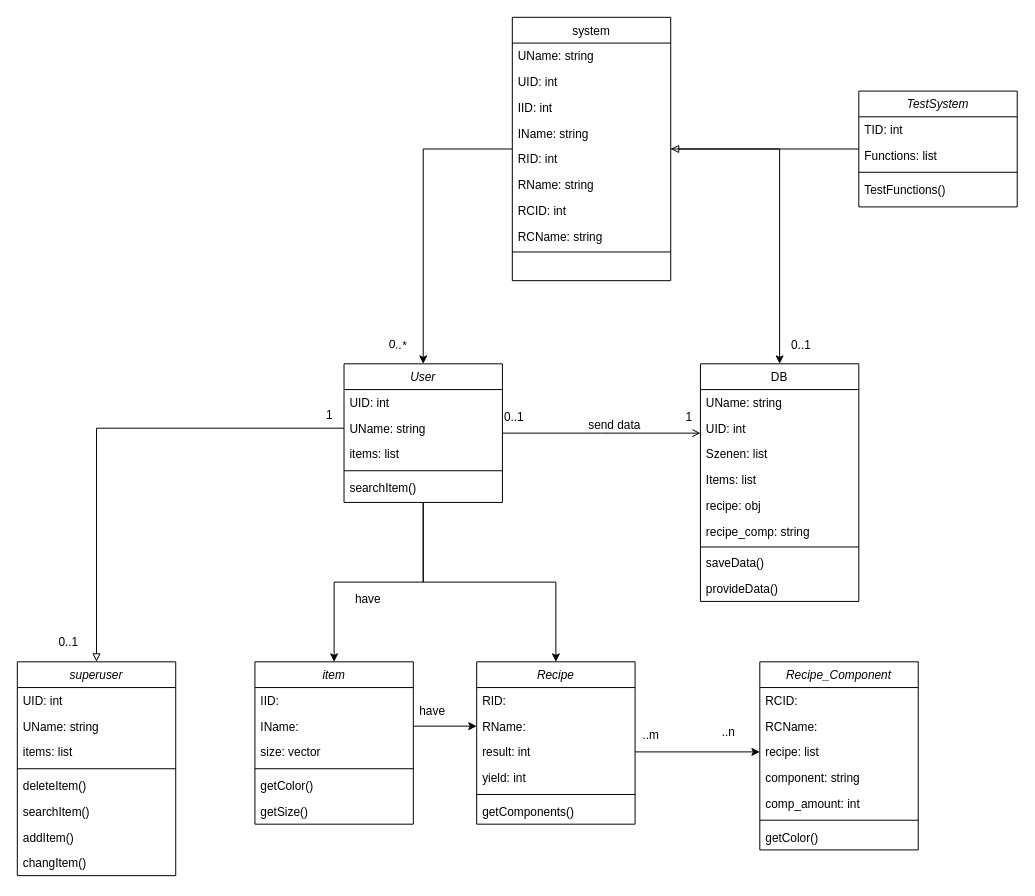
Above: klassendiabauantleitungshelfer.drawio in schattnkatz98/Team-Projekt-Michael-u-Julian (draw.io), before the change. Source tidied: cells renumbered, new cells numbered last; positions are measured from the earlier drawing's top-left corner, leaving out a move shared by most shapes. Both pictures are drawn from the tidied source at 99%, with x=0, y=0 at pixel (17, 17).
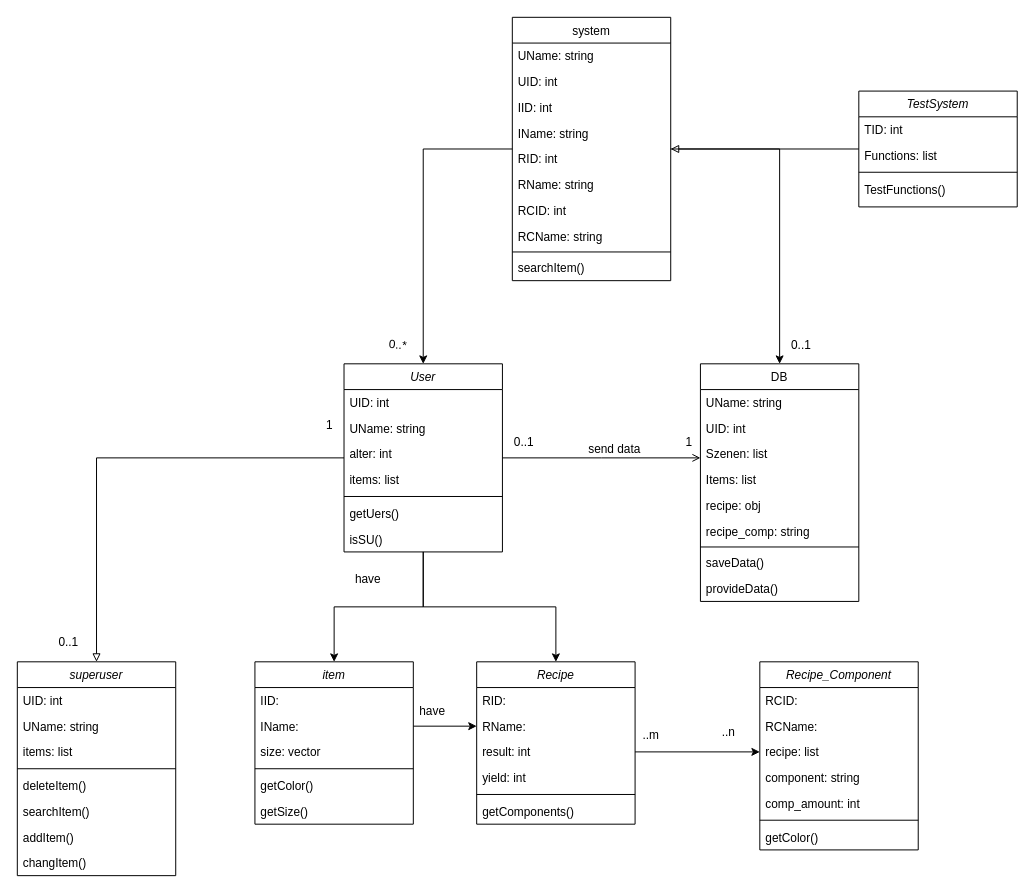
The same diagram, later.

The change refers to these unchanged cells:
```xml
<mxCell id="6" value="UName: string" style="text;align=left;verticalAlign=top;spacingLeft=4;spacingRight=4;overflow=hidden;points=[[0,0.5],[1,0.5]];portConstraint=eastwest;rounded=0;shadow=0;html=0;" parent="4" vertex="1">
  <mxGeometry y="52" width="160" height="26" as="geometry" />
</mxCell>
<mxCell id="20" style="endArrow=open;shadow=0;strokeWidth=1;rounded=0;curved=0;endFill=1;edgeStyle=elbowEdgeStyle;elbow=vertical;" parent="1" edge="1" source="4" target="10">
  <mxGeometry x="0.5" y="41" relative="1" as="geometry">
    <mxPoint x="-40" y="32" as="offset" />
  </mxGeometry>
</mxCell>
<mxCell id="49" value="system" style="swimlane;fontStyle=0;align=center;verticalAlign=top;horizontal=1;startSize=26;rounded=0;shadow=0;strokeWidth=1;" parent="1" vertex="1">
  <mxGeometry x="500" width="160" height="266" as="geometry" />
</mxCell>
<mxCell id="66" value="superuser" style="swimlane;fontStyle=2;align=center;verticalAlign=top;horizontal=1;startSize=26;rounded=0;shadow=0;strokeWidth=1;" parent="1" vertex="1">
  <mxGeometry y="651" width="160" height="216" as="geometry" />
</mxCell>
```

The edit, as a diff of the source:
```diff
@@
+    <mxCell id="84" style="edgeStyle=orthogonalEdgeStyle;rounded=0;jettySize=auto;html=1;entryX=0.5;entryY=0;entryDx=0;entryDy=0;endArrow=block;endFill=0;" parent="1" edge="1" source="4" target="66">
+      <mxGeometry relative="1" as="geometry" />
+    </mxCell>
     <mxCell id="4" value="User" style="swimlane;fontStyle=2;align=center;verticalAlign=top;horizontal=1;startSize=26;rounded=0;shadow=0;strokeWidth=1;" parent="1" vertex="1">
-      <mxGeometry x="330" y="350" width="160" height="140" as="geometry" />
+      <mxGeometry x="330" y="350" width="160" height="190" as="geometry" />
     </mxCell>
@@
+    <mxCell id="85" value="alter: int" style="text;align=left;verticalAlign=top;spacingLeft=4;spacingRight=4;overflow=hidden;rounded=0;shadow=0;html=0;" parent="4" vertex="1">
+      <mxGeometry y="78" width="160" height="26" as="geometry" />
+    </mxCell>
     <mxCell id="7" value="items: list" style="text;align=left;verticalAlign=top;spacingLeft=4;spacingRight=4;overflow=hidden;rounded=0;shadow=0;html=0;" parent="4" vertex="1">
-      <mxGeometry y="78" width="160" height="26" as="geometry" />
+      <mxGeometry y="104" width="160" height="26" as="geometry" />
     </mxCell>
     <mxCell id="8" style="line;html=1;strokeWidth=1;align=left;verticalAlign=middle;spacingTop=-1;spacingLeft=3;spacingRight=3;labelPosition=right;" parent="4" vertex="1">
-      <mxGeometry y="104" width="160" height="8" as="geometry" />
+      <mxGeometry y="130" width="160" height="8" as="geometry" />
     </mxCell>
-    <mxCell id="9" value="searchItem()" style="text;align=left;verticalAlign=top;spacingLeft=4;spacingRight=4;overflow=hidden;" parent="4" vertex="1">
-      <mxGeometry y="112" width="160" height="26" as="geometry" />
+    <mxCell id="9" value="getUers()" style="text;align=left;verticalAlign=top;spacingLeft=4;spacingRight=4;overflow=hidden;" parent="4" vertex="1">
+      <mxGeometry y="138" width="160" height="26" as="geometry" />
     </mxCell>
+    <mxCell id="86" value="isSU()" style="text;align=left;verticalAlign=top;spacingLeft=4;spacingRight=4;overflow=hidden;" parent="4" vertex="1">
+      <mxGeometry y="164" width="160" height="26" as="geometry" />
+    </mxCell>
@@
     <mxCell id="21" value="0..1" style="align=left;verticalAlign=bottom;labelBackgroundColor=none;fontSize=12;" parent="20" vertex="1">
       <mxGeometry x="-1" relative="1" as="geometry">
-        <mxPoint y="-8" as="offset" />
+        <mxPoint x="10" y="-8" as="offset" />
       </mxGeometry>
     </mxCell>
@@
+    <mxCell id="87" value="searchItem()" style="text;align=left;verticalAlign=top;spacingLeft=4;spacingRight=4;overflow=hidden;" parent="49" vertex="1">
+      <mxGeometry y="240" width="160" height="26" as="geometry" />
+    </mxCell>
@@
     <mxCell id="64" value="have" style="text;html=1;align=center;verticalAlign=middle;labelBackgroundColor=none;rounded=0;shadow=0;strokeWidth=1;fontSize=12;" parent="1" vertex="1">
-      <mxGeometry x="360" y="590" as="geometry">
+      <mxGeometry x="360" y="570" as="geometry">
         <mxPoint x="-7" y="-3" as="offset" />
       </mxGeometry>
     </mxCell>
@@
-    <mxCell id="75" style="edgeStyle=orthogonalEdgeStyle;rounded=0;jettySize=auto;html=1;entryX=0.5;entryY=0;entryDx=0;entryDy=0;endArrow=block;endFill=0;" parent="1" edge="1" source="6" target="66">
-      <mxGeometry relative="1" as="geometry" />
-    </mxCell>
@@
     <mxCell id="77" value="1" style="align=right;verticalAlign=bottom;labelBackgroundColor=none;fontSize=12;" parent="1" vertex="1">
-      <mxGeometry x="320" y="410" as="geometry" />
+      <mxGeometry x="320" y="420" as="geometry" />
     </mxCell>
```
